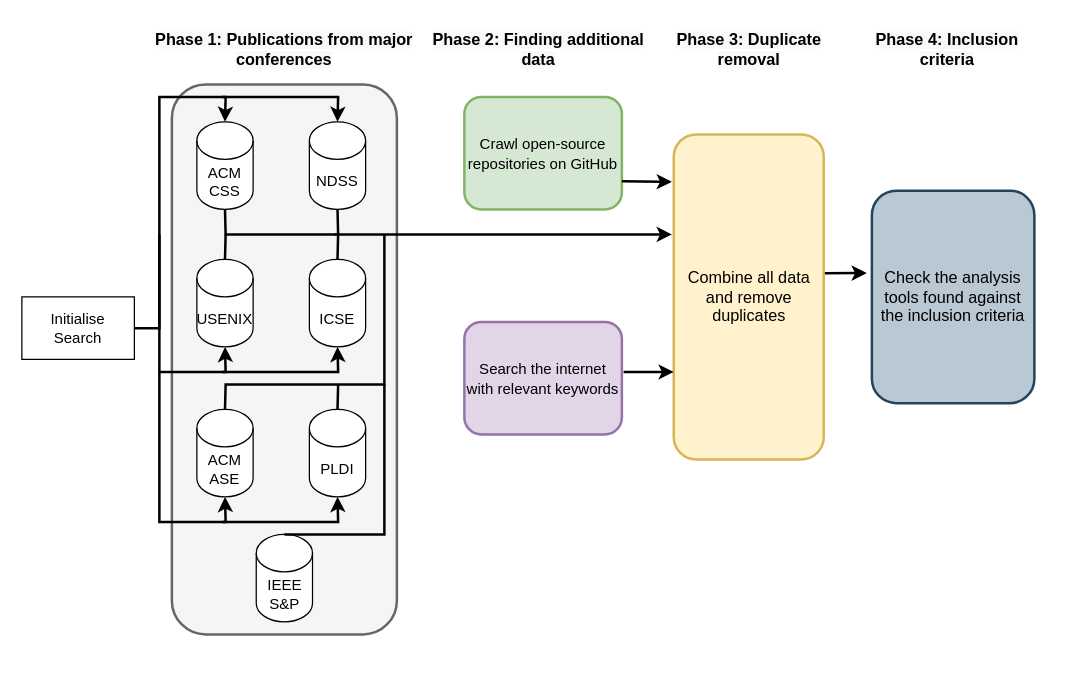
Earlier version of the draw.io diagram figures/drawio_files/methodology.drawio (mchara01/centaur). Source tidied: cells renumbered, new cells numbered last; positions are measured from the earlier drawing's top-left corner, leaving out a move shared by most shapes. Both pictures are drawn from the tidied source at 125%, with x=0, y=0 at pixel (21, 21).
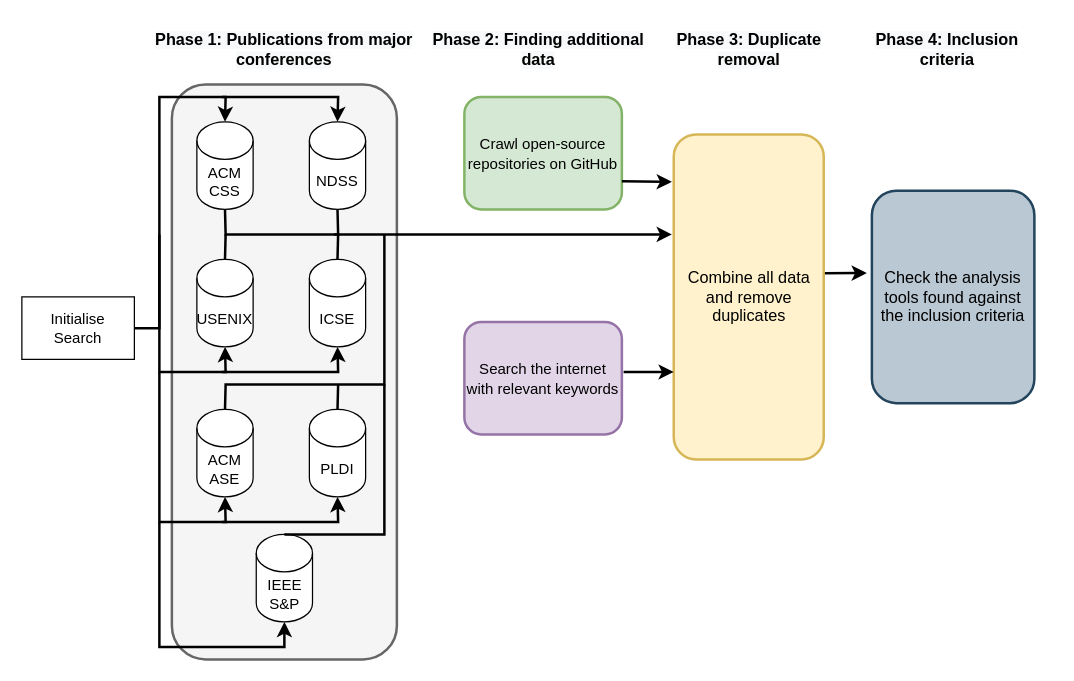
Above is the later version.

Unchanged cells that the change refers to:
```xml
<mxCell id="33" value="IEEE&lt;br&gt;S&amp;amp;P" style="shape=cylinder3;whiteSpace=wrap;html=1;boundedLbl=1;backgroundOutline=1;size=15;" parent="1" vertex="1">
  <mxGeometry x="187.5" y="410" width="45" height="70" as="geometry" />
</mxCell>
```

The edit, as a diff of the source:
```diff
@@
     <mxCell id="2" style="rounded=1;whiteSpace=wrap;html=1;strokeWidth=2;fillColor=#f5f5f5;fontColor=#333333;strokeColor=#666666;" parent="1" vertex="1">
-      <mxGeometry x="120" y="50" width="180" height="440" as="geometry" />
+      <mxGeometry x="120" y="50" width="180" height="460" as="geometry" />
     </mxCell>
@@
+    <mxCell id="35" style="endArrow=classic;html=1;rounded=0;entryX=0.5;entryY=1;entryDx=0;entryDy=0;entryPerimeter=0;strokeWidth=2;" parent="1" edge="1" target="33">
+      <mxGeometry relative="1" as="geometry">
+        <mxPoint x="110" y="400" as="sourcePoint" />
+        <Array as="points">
+          <mxPoint x="110" y="500" />
+          <mxPoint x="210" y="500" />
+        </Array>
+      </mxGeometry>
+    </mxCell>
```
